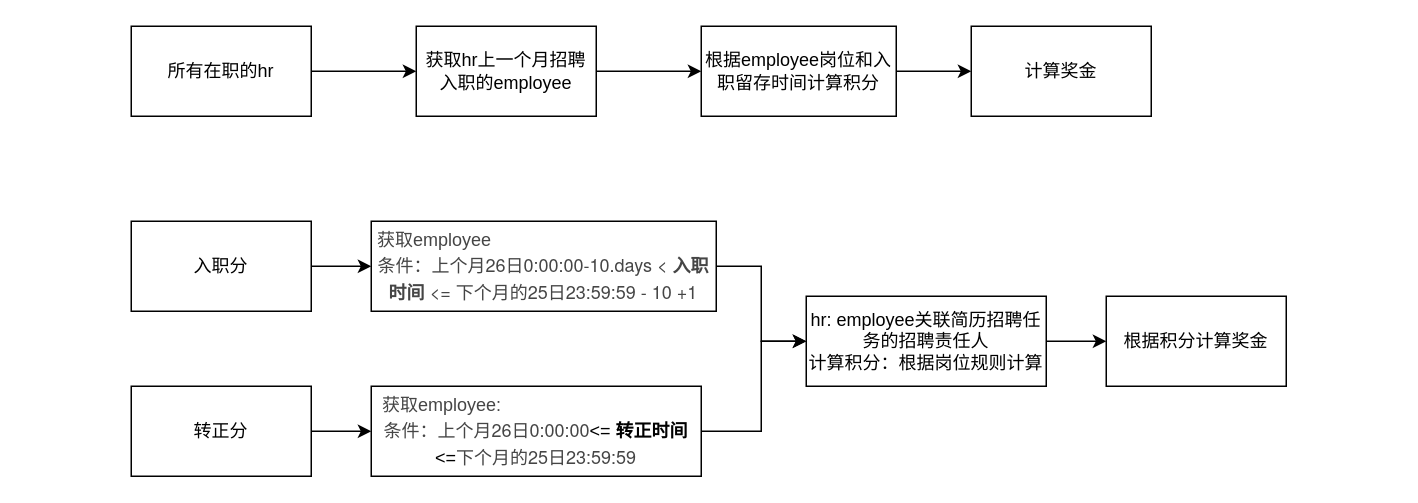
The draw.io diagram drawio/hr_score.drawio in cherry77/VuePractice, before the edit. Source tidied: cells renumbered, new cells numbered last; positions are measured from the earlier drawing's top-left corner, leaving out a move shared by most shapes. Both pictures are drawn from the tidied source at 150%, with x=0, y=0 at pixel (130, 26).
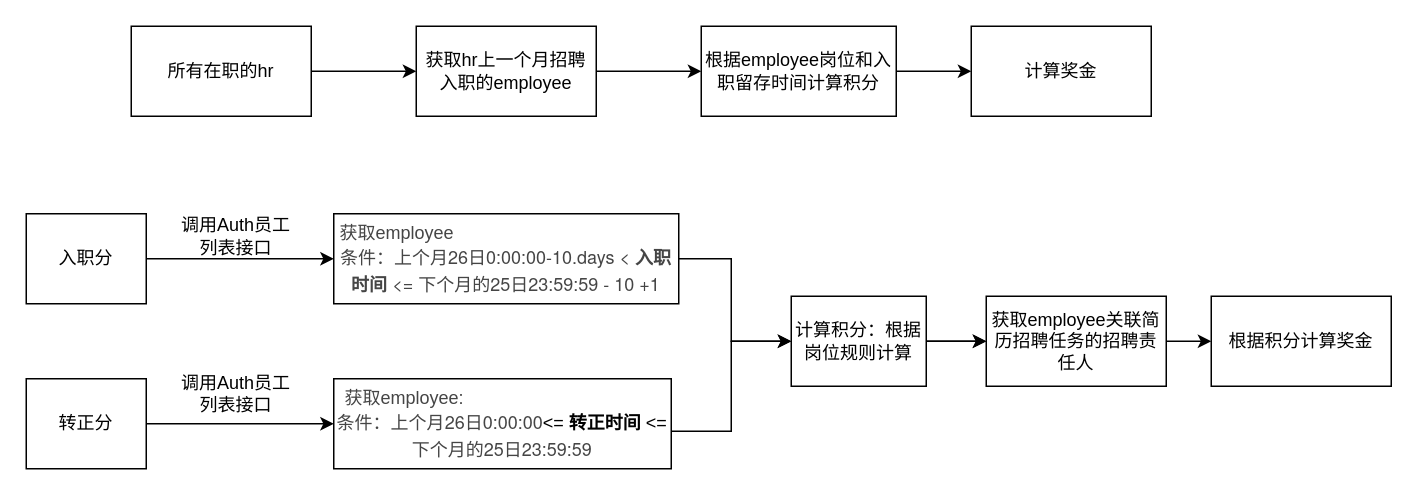
The same diagram, later.

Change to the diagram source:
```diff
@@
     <mxCell id="10" value="入职分" style="rounded=0;whiteSpace=wrap;html=1;" parent="1" vertex="1">
-      <mxGeometry y="130" width="120" height="60" as="geometry" />
+      <mxGeometry x="-70" y="125" width="80" height="60" as="geometry" />
     </mxCell>
     <mxCell id="11" style="edgeStyle=orthogonalEdgeStyle;rounded=0;jettySize=auto;html=1;" parent="1" edge="1" source="12" target="14">
-      <mxGeometry relative="1" as="geometry" />
+      <mxGeometry relative="1" as="geometry">
+        <Array as="points">
+          <mxPoint x="400" y="155" />
+          <mxPoint x="400" y="210" />
+        </Array>
+      </mxGeometry>
     </mxCell>
     <mxCell id="12" value="&lt;div style=&quot;text-align: left&quot;&gt;&lt;span style=&quot;color: rgb(69 , 69 , 69) ; font-family: &amp;#34;.pingfang sc&amp;#34;&quot;&gt;&amp;nbsp;获取employee&lt;/span&gt;&lt;/div&gt;&lt;span class=&quot;s1&quot; style=&quot;color: rgb(69 , 69 , 69) ; font-stretch: normal ; line-height: normal ; font-family: &amp;#34;.pingfang sc&amp;#34;&quot;&gt;条件：上个月&lt;/span&gt;&lt;span style=&quot;color: rgb(69 , 69 , 69) ; font-family: &amp;#34;helvetica neue&amp;#34;&quot;&gt;26&lt;/span&gt;&lt;span class=&quot;s1&quot; style=&quot;color: rgb(69 , 69 , 69) ; font-stretch: normal ; line-height: normal ; font-family: &amp;#34;.pingfang sc&amp;#34;&quot;&gt;日&lt;/span&gt;&lt;span style=&quot;color: rgb(69 , 69 , 69) ; font-family: &amp;#34;helvetica neue&amp;#34;&quot;&gt;0:00:00-10.days &amp;lt; &lt;b&gt;入职时间&lt;/b&gt; &amp;lt;=&amp;nbsp;&lt;/span&gt;&lt;span class=&quot;s1&quot; style=&quot;color: rgb(69 , 69 , 69) ; font-stretch: normal ; line-height: normal ; font-family: &amp;#34;.pingfang sc&amp;#34;&quot;&gt;下个月的&lt;/span&gt;&lt;span style=&quot;color: rgb(69 , 69 , 69) ; font-family: &amp;#34;helvetica neue&amp;#34;&quot;&gt;25&lt;/span&gt;&lt;span class=&quot;s1&quot; style=&quot;color: rgb(69 , 69 , 69) ; font-stretch: normal ; line-height: normal ; font-family: &amp;#34;.pingfang sc&amp;#34;&quot;&gt;日&lt;/span&gt;&lt;span style=&quot;color: rgb(69 , 69 , 69) ; font-family: &amp;#34;helvetica neue&amp;#34;&quot;&gt;23:59:59 - 10 +1&lt;/span&gt;" style="whiteSpace=wrap;html=1;rounded=0;" parent="1" vertex="1">
-      <mxGeometry x="160" y="130" width="230" height="60" as="geometry" />
+      <mxGeometry x="135" y="125" width="230" height="60" as="geometry" />
     </mxCell>
-    <mxCell id="13" style="edgeStyle=orthogonalEdgeStyle;rounded=0;jettySize=auto;html=1;" parent="1" edge="1" source="14">
-      <mxGeometry relative="1" as="geometry">
-        <mxPoint x="650" y="210" as="targetPoint" />
-      </mxGeometry>
-    </mxCell>
+    <mxCell id="20" style="edgeStyle=orthogonalEdgeStyle;rounded=0;jettySize=auto;html=1;" parent="1" edge="1" source="14" target="24">
+      <mxGeometry relative="1" as="geometry" />
+    </mxCell>
+    <mxCell id="21" style="edgeStyle=orthogonalEdgeStyle;rounded=0;jettySize=auto;html=1;" parent="1" edge="1" source="24" target="15">
+      <mxGeometry relative="1" as="geometry" />
+    </mxCell>
-    <mxCell id="14" value="hr: employee关联简历招聘任务的招聘责任人&lt;br&gt;计算积分：根据岗位规则计算" style="whiteSpace=wrap;html=1;rounded=0;" parent="1" vertex="1">
-      <mxGeometry x="450" y="180" width="160" height="60" as="geometry" />
+    <mxCell id="14" value="计算积分：根据岗位规则计算" style="whiteSpace=wrap;html=1;rounded=0;" parent="1" vertex="1">
+      <mxGeometry x="440" y="180" width="90" height="60" as="geometry" />
     </mxCell>
     <mxCell id="15" value="根据积分计算奖金" style="whiteSpace=wrap;html=1;rounded=0;" parent="1" vertex="1">
-      <mxGeometry x="650" y="180" width="120" height="60" as="geometry" />
+      <mxGeometry x="720" y="180" width="120" height="60" as="geometry" />
     </mxCell>
@@
     <mxCell id="17" value="转正分" style="rounded=0;whiteSpace=wrap;html=1;" parent="1" vertex="1">
-      <mxGeometry y="240" width="120" height="60" as="geometry" />
+      <mxGeometry x="-70" y="235" width="80" height="60" as="geometry" />
     </mxCell>
     <mxCell id="18" style="edgeStyle=orthogonalEdgeStyle;rounded=0;jettySize=auto;html=1;" parent="1" edge="1" source="19" target="14">
       <mxGeometry relative="1" as="geometry">
         <Array as="points">
-          <mxPoint x="420" y="270" />
-          <mxPoint x="420" y="210" />
+          <mxPoint x="400" y="270" />
+          <mxPoint x="400" y="210" />
         </Array>
       </mxGeometry>
     </mxCell>
     <mxCell id="19" value="&lt;div style=&quot;text-align: left&quot;&gt;&lt;span style=&quot;color: rgb(69 , 69 , 69) ; font-family: &amp;#34;.pingfang sc&amp;#34;&quot;&gt;&amp;nbsp; 获取employee:&lt;/span&gt;&lt;/div&gt;&lt;span class=&quot;s1&quot; style=&quot;color: rgb(69 , 69 , 69) ; font-stretch: normal ; line-height: normal ; font-family: &amp;#34;.pingfang sc&amp;#34;&quot;&gt;条件：上个月&lt;/span&gt;&lt;span style=&quot;color: rgb(69 , 69 , 69) ; font-family: &amp;#34;helvetica neue&amp;#34;&quot;&gt;26&lt;/span&gt;&lt;span class=&quot;s1&quot; style=&quot;color: rgb(69 , 69 , 69) ; font-stretch: normal ; line-height: normal ; font-family: &amp;#34;.pingfang sc&amp;#34;&quot;&gt;日&lt;/span&gt;&lt;span style=&quot;color: rgb(69 , 69 , 69) ; font-family: &amp;#34;helvetica neue&amp;#34;&quot;&gt;0:00:00&lt;/span&gt;&amp;lt;= &lt;b&gt;转正时间&lt;/b&gt; &amp;lt;=&lt;span class=&quot;s1&quot; style=&quot;color: rgb(69 , 69 , 69) ; font-stretch: normal ; line-height: normal ; font-family: &amp;#34;.pingfang sc&amp;#34;&quot;&gt;下个月的&lt;/span&gt;&lt;span style=&quot;color: rgb(69 , 69 , 69) ; font-family: &amp;#34;helvetica neue&amp;#34;&quot;&gt;25&lt;/span&gt;&lt;span class=&quot;s1&quot; style=&quot;color: rgb(69 , 69 , 69) ; font-stretch: normal ; line-height: normal ; font-family: &amp;#34;.pingfang sc&amp;#34;&quot;&gt;日&lt;/span&gt;&lt;span style=&quot;color: rgb(69 , 69 , 69) ; font-family: &amp;#34;helvetica neue&amp;#34;&quot;&gt;23:59:59&lt;/span&gt;" style="whiteSpace=wrap;html=1;rounded=0;" parent="1" vertex="1">
-      <mxGeometry x="160" y="240" width="220" height="60" as="geometry" />
+      <mxGeometry x="135" y="235" width="225" height="60" as="geometry" />
     </mxCell>
+    <mxCell id="22" value="调用Auth员工列表接口" style="text;html=1;strokeColor=none;fillColor=none;align=center;verticalAlign=middle;whiteSpace=wrap;rounded=0;" parent="1" vertex="1">
+      <mxGeometry x="30" y="130" width="80" height="20" as="geometry" />
+    </mxCell>
+    <mxCell id="23" value="调用Auth员工列表接口" style="text;html=1;strokeColor=none;fillColor=none;align=center;verticalAlign=middle;whiteSpace=wrap;rounded=0;" parent="1" vertex="1">
+      <mxGeometry x="30" y="235" width="80" height="20" as="geometry" />
+    </mxCell>
+    <mxCell id="24" value="&lt;span&gt;获取employee关联简历招聘任务的招聘责任人&lt;/span&gt;" style="whiteSpace=wrap;html=1;rounded=0;" parent="1" vertex="1">
+      <mxGeometry x="570" y="180" width="120" height="60" as="geometry" />
+    </mxCell>
+    <mxCell id="25" style="edgeStyle=orthogonalEdgeStyle;rounded=0;jettySize=auto;html=1;" parent="1" edge="1" source="14" target="24">
+      <mxGeometry relative="1" as="geometry" />
+    </mxCell>
```
